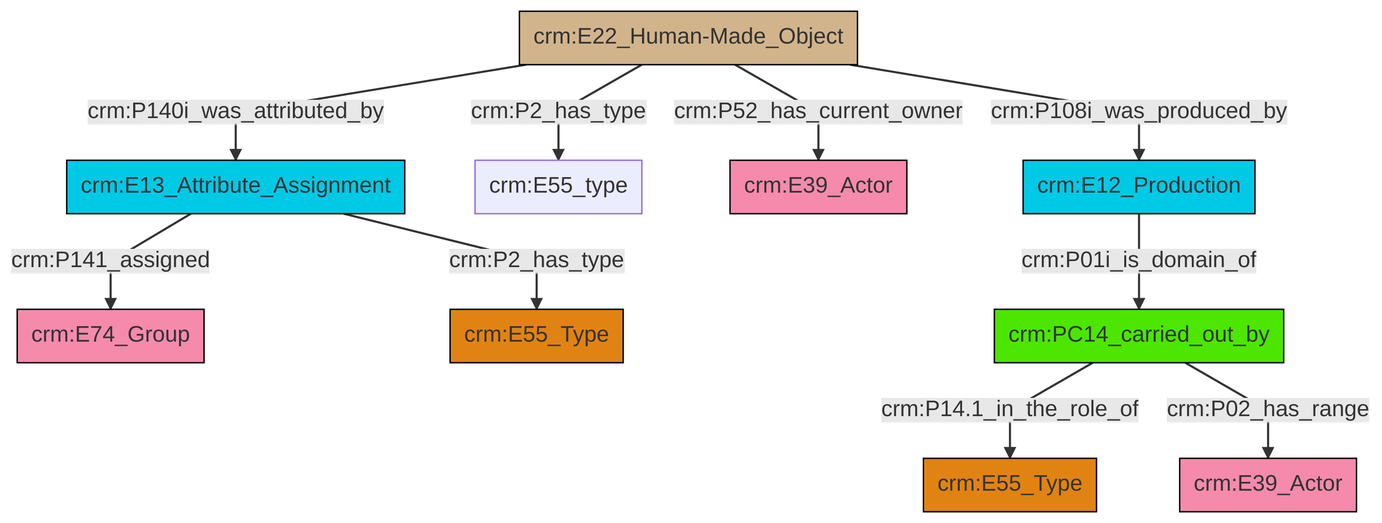
swiss-art-research-net/docs.swissartresearch keeps this Mermaid diagram as et/builtWorkCSV/ttl/mmd/png/Built_Work_actor_relations.png. Above is the earlier version. Its source is kept beside it as et/builtWorkCSV/ttl/mmd/Built_Work_actor_relations.ttl.mmd.
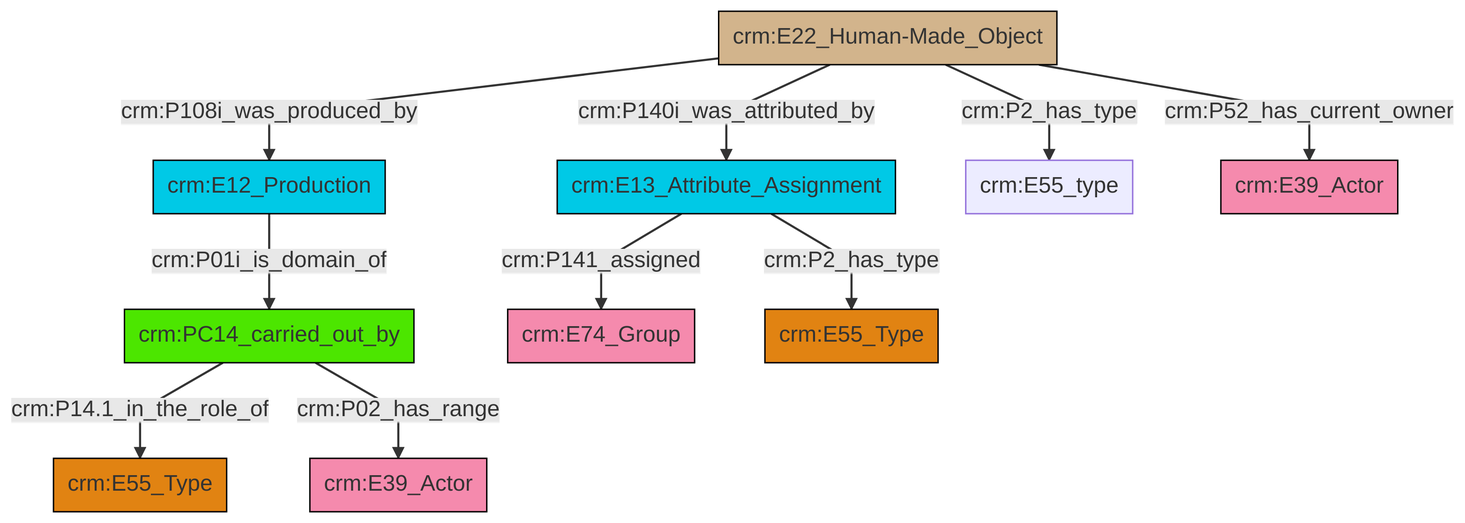
After the commit.

The edit, as a diff of the source:
```diff
@@ -13,12 +13,12 @@
 classDef PC_Classes fill:#4ce600, stroke:#000000;
 classDef Multi fill:#cccccc,stroke:#000000;
 
-0["crm:E22_Human-Made_Object"]:::Physical_Thing -->|crm:P140i_was_attributed_by| 1["crm:E13_Attribute_Assignment"]:::Temporal_Entity
-1["crm:E13_Attribute_Assignment"]:::Temporal_Entity -->|crm:P141_assigned| 2["crm:E74_Group"]:::Actor
-1["crm:E13_Attribute_Assignment"]:::Temporal_Entity -->|crm:P2_has_type| 3["crm:E55_Type"]:::Type
-0["crm:E22_Human-Made_Object"]:::Physical_Thing -->|crm:P2_has_type| 4["crm:E55_type"]:::Default
-0["crm:E22_Human-Made_Object"]:::Physical_Thing -->|crm:P52_has_current_owner| 7["crm:E39_Actor"]:::Actor
-5["crm:PC14_carried_out_by"]:::PC_Classes -->|crm:P14.1_in_the_role_of| 9["crm:E55_Type"]:::Type
-5["crm:PC14_carried_out_by"]:::PC_Classes -->|crm:P02_has_range| 14["crm:E39_Actor"]:::Actor
-10["crm:E12_Production"]:::Temporal_Entity -->|crm:P01i_is_domain_of| 5["crm:PC14_carried_out_by"]:::PC_Classes
-0["crm:E22_Human-Made_Object"]:::Physical_Thing -->|crm:P108i_was_produced_by| 10["crm:E12_Production"]:::Temporal_Entity
+2["crm:E22_Human-Made_Object"]:::Physical_Thing -->|crm:P108i_was_produced_by| 3["crm:E12_Production"]:::Temporal_Entity
+4["crm:PC14_carried_out_by"]:::PC_Classes -->|crm:P14.1_in_the_role_of| 5["crm:E55_Type"]:::Type
+4["crm:PC14_carried_out_by"]:::PC_Classes -->|crm:P02_has_range| 6["crm:E39_Actor"]:::Actor
+2["crm:E22_Human-Made_Object"]:::Physical_Thing -->|crm:P2_has_type| 7["crm:E55_type"]:::Default
+0["crm:E13_Attribute_Assignment"]:::Temporal_Entity -->|crm:P2_has_type| 12["crm:E55_Type"]:::Type
+2["crm:E22_Human-Made_Object"]:::Physical_Thing -->|crm:P140i_was_attributed_by| 0["crm:E13_Attribute_Assignment"]:::Temporal_Entity
+0["crm:E13_Attribute_Assignment"]:::Temporal_Entity -->|crm:P141_assigned| 9["crm:E74_Group"]:::Actor
+2["crm:E22_Human-Made_Object"]:::Physical_Thing -->|crm:P52_has_current_owner| 17["crm:E39_Actor"]:::Actor
+3["crm:E12_Production"]:::Temporal_Entity -->|crm:P01i_is_domain_of| 4["crm:PC14_carried_out_by"]:::PC_Classes
```
